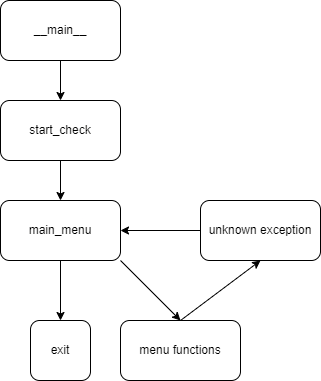
The draw.io diagram CryptDrive_Flowchart.drawio.png in ngimb64/Crypt-Drive, before a commit. Source tidied: cells renumbered, new cells last; positions are measured from the earlier drawing's top-left corner, leaving out a move shared by most shapes.
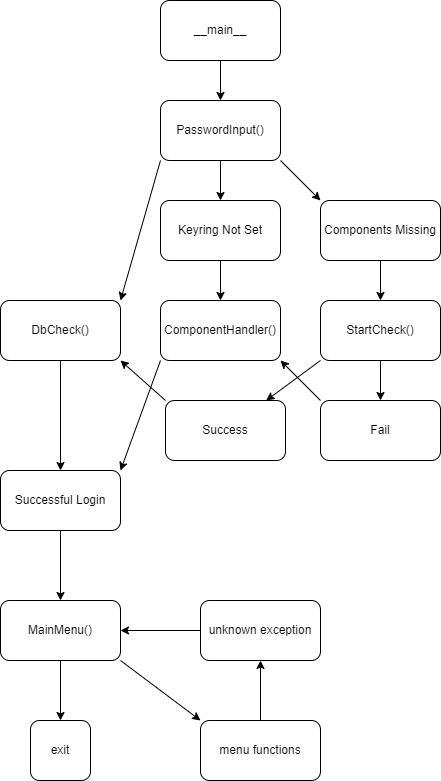
Later version of the same file.

Change to the diagram source:
```diff
@@ -2,24 +2,15 @@
   <root>
     <mxCell id="0" />
     <mxCell id="1" parent="0" />
-    <mxCell id="2" style="edgeStyle=orthogonalEdgeStyle;rounded=0;jettySize=auto;html=1;" parent="1" edge="1" source="3" target="5">
-      <mxGeometry relative="1" as="geometry" />
-    </mxCell>
+    <mxCell id="14" style="edgeStyle=orthogonalEdgeStyle;rounded=0;jettySize=auto;html=1;" parent="1" edge="1" source="3" target="16">
+      <mxGeometry relative="1" as="geometry" />
+    </mxCell>
     <mxCell id="3" value="__main__" style="rounded=1;whiteSpace=wrap;html=1;" parent="1" vertex="1">
-      <mxGeometry width="120" height="60" as="geometry" />
+      <mxGeometry x="160" y="-400" width="120" height="60" as="geometry" />
     </mxCell>
-    <mxCell id="4" style="edgeStyle=orthogonalEdgeStyle;rounded=0;jettySize=auto;html=1;" parent="1" edge="1" source="5" target="6">
-      <mxGeometry relative="1" as="geometry" />
-    </mxCell>
-    <mxCell id="5" value="start_check" style="rounded=1;whiteSpace=wrap;html=1;" parent="1" vertex="1">
-      <mxGeometry y="100" width="120" height="60" as="geometry" />
-    </mxCell>
-    <mxCell id="6" value="main_menu" style="rounded=1;whiteSpace=wrap;html=1;" parent="1" vertex="1">
+    <mxCell id="6" value="MainMenu()" style="rounded=1;whiteSpace=wrap;html=1;" parent="1" vertex="1">
       <mxGeometry y="200" width="120" height="60" as="geometry" />
     </mxCell>
-    <mxCell id="7" style="edgeStyle=orthogonalEdgeStyle;rounded=0;jettySize=auto;html=1;" parent="1" edge="1" source="8" target="6">
-      <mxGeometry relative="1" as="geometry" />
-    </mxCell>
     <mxCell id="8" value="unknown exception" style="rounded=1;whiteSpace=wrap;html=1;" parent="1" vertex="1">
       <mxGeometry x="200" y="200" width="120" height="60" as="geometry" />
     </mxCell>
@@ -27,22 +18,82 @@
       <mxGeometry x="30" y="320" width="60" height="60" as="geometry" />
     </mxCell>
     <mxCell id="10" value="menu functions" style="rounded=1;whiteSpace=wrap;html=1;" parent="1" vertex="1">
-      <mxGeometry x="120" y="320" width="120" height="60" as="geometry" />
+      <mxGeometry x="200" y="320" width="120" height="60" as="geometry" />
     </mxCell>
-    <mxCell id="11" style="endArrow=classic;html=1;rounded=0;entryX=0.5;entryY=0;entryDx=0;entryDy=0;" parent="1" edge="1" target="10">
-      <mxGeometry relative="1" as="geometry">
-        <mxPoint x="120" y="260" as="sourcePoint" />
-      </mxGeometry>
-    </mxCell>
-    <mxCell id="12" style="endArrow=classic;html=1;rounded=0;entryX=0.5;entryY=0;entryDx=0;entryDy=0;" parent="1" edge="1" target="9">
-      <mxGeometry relative="1" as="geometry">
-        <mxPoint x="60" y="260" as="sourcePoint" />
-      </mxGeometry>
-    </mxCell>
-    <mxCell id="13" style="endArrow=classic;html=1;rounded=0;entryX=0.5;entryY=1;entryDx=0;entryDy=0;" parent="1" edge="1" target="8">
-      <mxGeometry relative="1" as="geometry">
-        <mxPoint x="180" y="320" as="sourcePoint" />
-      </mxGeometry>
-    </mxCell>
+    <mxCell id="15" style="edgeStyle=orthogonalEdgeStyle;rounded=0;jettySize=auto;html=1;" parent="1" edge="1" source="16" target="19">
+      <mxGeometry relative="1" as="geometry" />
+    </mxCell>
+    <mxCell id="16" value="PasswordInput()" style="rounded=1;whiteSpace=wrap;html=1;" parent="1" vertex="1">
+      <mxGeometry x="160" y="-300" width="120" height="60" as="geometry" />
+    </mxCell>
+    <mxCell id="17" value="Successful Login" style="rounded=1;whiteSpace=wrap;html=1;" parent="1" vertex="1">
+      <mxGeometry y="70" width="120" height="60" as="geometry" />
+    </mxCell>
+    <mxCell id="18" style="edgeStyle=orthogonalEdgeStyle;rounded=0;jettySize=auto;html=1;" parent="1" edge="1" source="19" target="24">
+      <mxGeometry relative="1" as="geometry" />
+    </mxCell>
+    <mxCell id="19" value="Keyring Not Set" style="rounded=1;whiteSpace=wrap;html=1;" parent="1" vertex="1">
+      <mxGeometry x="160" y="-200" width="120" height="60" as="geometry" />
+    </mxCell>
+    <mxCell id="20" style="edgeStyle=orthogonalEdgeStyle;rounded=0;jettySize=auto;html=1;" parent="1" edge="1" source="21" target="23">
+      <mxGeometry relative="1" as="geometry" />
+    </mxCell>
+    <mxCell id="21" value="Components Missing" style="rounded=1;whiteSpace=wrap;html=1;" parent="1" vertex="1">
+      <mxGeometry x="320" y="-200" width="120" height="60" as="geometry" />
+    </mxCell>
+    <mxCell id="22" style="endArrow=classic;html=1;rounded=0;exitX=1;exitY=1;exitDx=0;exitDy=0;entryX=0;entryY=0;entryDx=0;entryDy=0;" parent="1" edge="1" source="16" target="21">
+      <mxGeometry relative="1" as="geometry" />
+    </mxCell>
+    <mxCell id="23" value="StartCheck()" style="rounded=1;whiteSpace=wrap;html=1;" parent="1" vertex="1">
+      <mxGeometry x="320" y="-100" width="120" height="60" as="geometry" />
+    </mxCell>
+    <mxCell id="24" value="ComponentHandler()" style="rounded=1;whiteSpace=wrap;html=1;" parent="1" vertex="1">
+      <mxGeometry x="160" y="-100" width="120" height="60" as="geometry" />
+    </mxCell>
+    <mxCell id="25" style="edgeStyle=orthogonalEdgeStyle;rounded=0;jettySize=auto;html=1;" parent="1" edge="1" source="26" target="17">
+      <mxGeometry relative="1" as="geometry" />
+    </mxCell>
+    <mxCell id="26" value="DbCheck()" style="rounded=1;whiteSpace=wrap;html=1;" parent="1" vertex="1">
+      <mxGeometry y="-100" width="120" height="60" as="geometry" />
+    </mxCell>
+    <mxCell id="27" style="endArrow=classic;html=1;rounded=0;exitX=0;exitY=1;exitDx=0;exitDy=0;entryX=1;entryY=0;entryDx=0;entryDy=0;" parent="1" edge="1" source="16" target="26">
+      <mxGeometry relative="1" as="geometry" />
+    </mxCell>
+    <mxCell id="28" value="Success" style="rounded=1;whiteSpace=wrap;html=1;" parent="1" vertex="1">
+      <mxGeometry x="165" width="120" height="60" as="geometry" />
+    </mxCell>
+    <mxCell id="29" value="Fail" style="rounded=1;whiteSpace=wrap;html=1;" parent="1" vertex="1">
+      <mxGeometry x="320" width="120" height="60" as="geometry" />
+    </mxCell>
+    <mxCell id="30" style="endArrow=classic;html=1;rounded=0;exitX=0;exitY=1;exitDx=0;exitDy=0;entryX=1;entryY=0;entryDx=0;entryDy=0;" parent="1" edge="1" source="24" target="17">
+      <mxGeometry relative="1" as="geometry" />
+    </mxCell>
+    <mxCell id="31" style="endArrow=classic;html=1;rounded=0;exitX=0.5;exitY=1;exitDx=0;exitDy=0;" parent="1" edge="1" source="23" target="29">
+      <mxGeometry relative="1" as="geometry" />
+    </mxCell>
+    <mxCell id="32" style="endArrow=classic;html=1;rounded=0;exitX=0;exitY=1;exitDx=0;exitDy=0;" parent="1" edge="1" source="23" target="28">
+      <mxGeometry relative="1" as="geometry" />
+    </mxCell>
+    <mxCell id="33" style="endArrow=classic;html=1;rounded=0;exitX=0;exitY=0;exitDx=0;exitDy=0;entryX=1;entryY=1;entryDx=0;entryDy=0;" parent="1" edge="1" source="29" target="24">
+      <mxGeometry relative="1" as="geometry" />
+    </mxCell>
+    <mxCell id="34" style="endArrow=classic;html=1;rounded=0;exitX=0;exitY=0;exitDx=0;exitDy=0;entryX=1;entryY=1;entryDx=0;entryDy=0;" parent="1" edge="1" source="28" target="26">
+      <mxGeometry relative="1" as="geometry" />
+    </mxCell>
+    <mxCell id="35" style="endArrow=classic;html=1;rounded=0;exitX=0.5;exitY=1;exitDx=0;exitDy=0;entryX=0.5;entryY=0;entryDx=0;entryDy=0;" parent="1" edge="1" source="17" target="6">
+      <mxGeometry relative="1" as="geometry" />
+    </mxCell>
+    <mxCell id="36" style="endArrow=classic;html=1;rounded=0;exitX=1;exitY=1;exitDx=0;exitDy=0;entryX=0;entryY=0;entryDx=0;entryDy=0;" parent="1" edge="1" source="6" target="10">
+      <mxGeometry relative="1" as="geometry" />
+    </mxCell>
+    <mxCell id="37" style="endArrow=classic;html=1;rounded=0;exitX=0.5;exitY=1;exitDx=0;exitDy=0;entryX=0.5;entryY=0;entryDx=0;entryDy=0;" parent="1" edge="1" source="6" target="9">
+      <mxGeometry relative="1" as="geometry" />
+    </mxCell>
+    <mxCell id="38" style="endArrow=classic;html=1;rounded=0;exitX=0.5;exitY=0;exitDx=0;exitDy=0;entryX=0.5;entryY=1;entryDx=0;entryDy=0;" parent="1" edge="1" source="10" target="8">
+      <mxGeometry relative="1" as="geometry" />
+    </mxCell>
+    <mxCell id="7" style="endArrow=classic;html=1;rounded=0;exitX=0;exitY=0.5;exitDx=0;exitDy=0;entryX=1;entryY=0.5;entryDx=0;entryDy=0;" parent="1" edge="1" source="8" target="6">
+      <mxGeometry relative="1" as="geometry" />
+    </mxCell>
   </root>
 </mxGraphModel>
```
